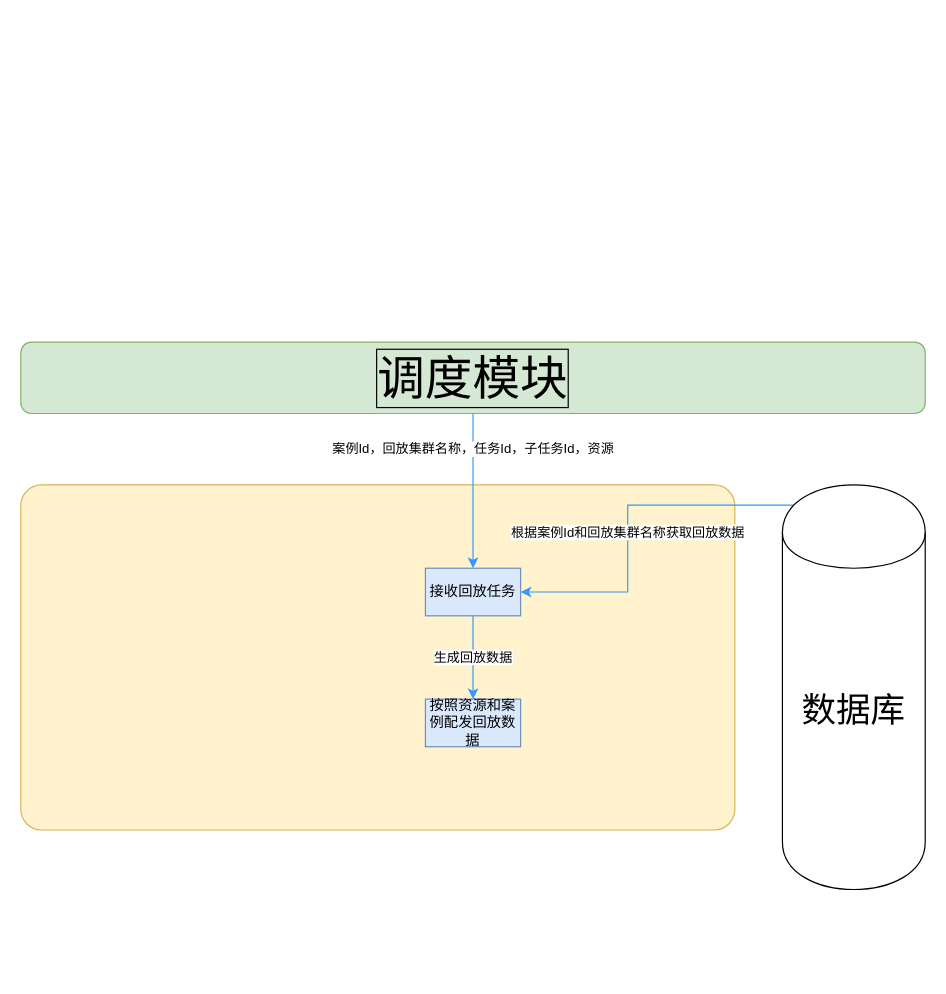
emothion/diagrams keeps this draw.io diagram as 执行模块.drawio. Above is the earlier version. Source tidied: cells renumbered, new cells numbered last; positions are measured from the earlier drawing's top-left corner, leaving out a move shared by most shapes. Both pictures are drawn from the tidied source at 119%, with x=0, y=0 at pixel (20, 342).
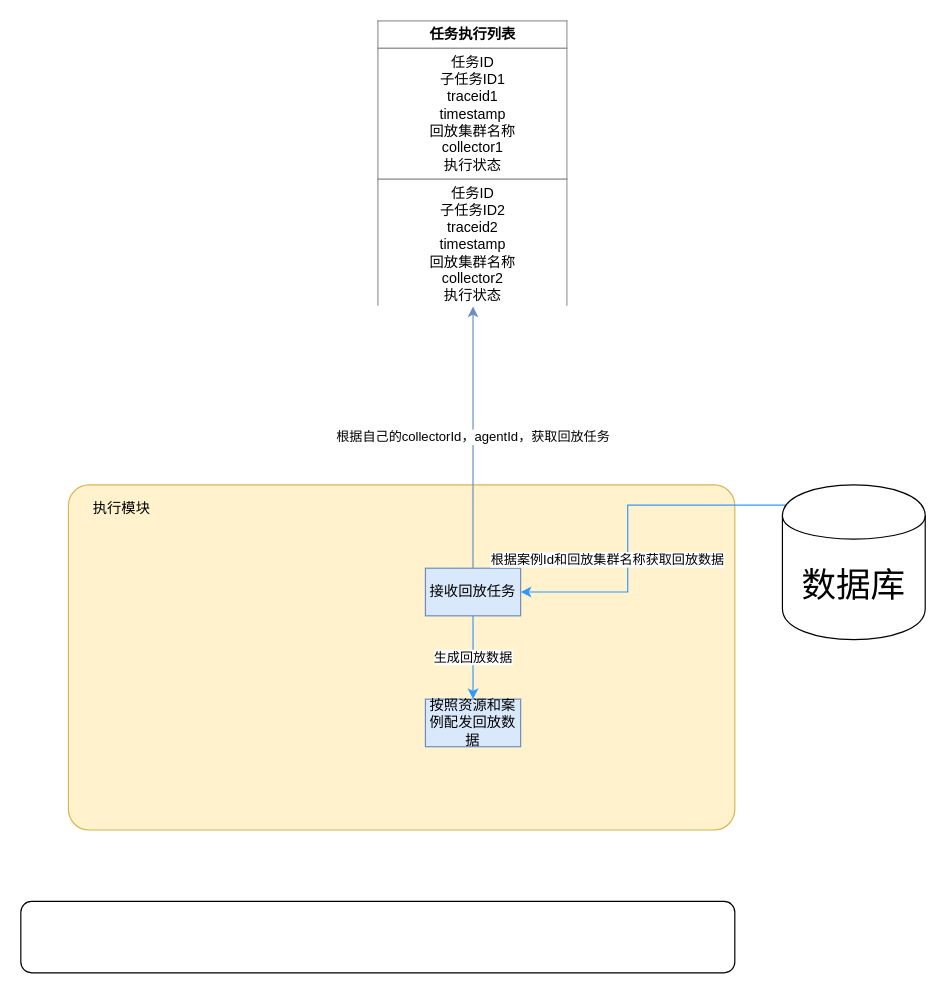
After the change.

Commit message (it also covers changes not shown here):
更新执行模块.drawio

What changed in the source:
```diff
@@
 <mxGraphModel>
   <root>
     <mxCell id="0" />
     <mxCell id="1" parent="0" />
-    <mxCell id="2" value="调度模块" style="rounded=1;whiteSpace=wrap;html=1;fillColor=#d5e8d4;strokeColor=#82b366;fontColor=#000000;fontSize=40;labelBorderColor=#000000;" parent="1" vertex="1">
-      <mxGeometry width="760" height="60" as="geometry" />
-    </mxCell>
     <mxCell id="3" style="rounded=1;whiteSpace=wrap;html=1;fillColor=#fff2cc;strokeColor=#d6b656;arcSize=6;" parent="1" vertex="1">
-      <mxGeometry y="120" width="600" height="290" as="geometry" />
+      <mxGeometry x="40" y="120" width="560" height="290" as="geometry" />
     </mxCell>
     <mxCell id="4" value="生成回放数据" style="edgeStyle=orthogonalEdgeStyle;rounded=0;jettySize=auto;html=1;exitX=0.5;exitY=1;exitDx=0;exitDy=0;entryX=0.5;entryY=0;entryDx=0;entryDy=0;strokeColor=#3399FF;fontSize=11;fontColor=#000000;" parent="1" edge="1" source="5" target="6">
       <mxGeometry relative="1" as="geometry">
         <Array as="points">
           <mxPoint x="380" y="270" />
           <mxPoint x="380" y="270" />
         </Array>
       </mxGeometry>
     </mxCell>
+    <mxCell id="10" value="根据自己的collectorId，agentId，获取回放任务" style="edgeStyle=orthogonalEdgeStyle;rounded=0;jettySize=auto;html=1;exitX=0.5;exitY=0;exitDx=0;exitDy=0;entryX=0.5;entryY=1;entryDx=0;entryDy=0;fillColor=#dae8fc;strokeColor=#6c8ebf;" parent="1" edge="1" source="5" target="11">
+      <mxGeometry relative="1" as="geometry" />
+    </mxCell>
     <mxCell id="5" value="接收回放任务" style="rounded=0;whiteSpace=wrap;html=1;fillColor=#dae8fc;strokeColor=#6c8ebf;" parent="1" vertex="1">
       <mxGeometry x="340" y="190" width="80" height="40" as="geometry" />
     </mxCell>
     <mxCell id="6" value="按照资源和案例配发回放数据" style="rounded=0;whiteSpace=wrap;html=1;fillColor=#dae8fc;strokeColor=#6c8ebf;" parent="1" vertex="1">
       <mxGeometry x="340" y="300" width="80" height="40" as="geometry" />
     </mxCell>
-    <mxCell id="7" value="案例Id，回放集群名称，任务Id，子任务Id，资源" style="edgeStyle=orthogonalEdgeStyle;rounded=0;jettySize=auto;html=1;exitX=0.5;exitY=1;exitDx=0;exitDy=0;entryX=0.5;entryY=0;entryDx=0;entryDy=0;strokeColor=#3399FF;" parent="1" edge="1" source="2" target="5">
-      <mxGeometry x="-0.54" relative="1" as="geometry" />
-    </mxCell>
     <mxCell id="8" value="根据案例Id和回放集群名称获取回放数据" style="edgeStyle=orthogonalEdgeStyle;rounded=0;jettySize=auto;html=1;exitX=0.15;exitY=0.05;exitDx=0;exitDy=0;exitPerimeter=0;entryX=1;entryY=0.5;entryDx=0;entryDy=0;strokeColor=#3399FF;fontSize=11;fontColor=#000000;" parent="1" edge="1" source="9" target="5">
       <mxGeometry x="-0.05" y="23" relative="1" as="geometry">
         <Array as="points">
           <mxPoint x="510" y="137" />
           <mxPoint x="510" y="210" />
         </Array>
         <mxPoint x="-23" y="23" as="offset" />
       </mxGeometry>
     </mxCell>
     <mxCell id="9" value="数据库" style="shape=cylinder;whiteSpace=wrap;html=1;boundedLbl=1;backgroundOutline=1;fontSize=29;fontColor=#000000;" parent="1" vertex="1">
-      <mxGeometry x="640" y="120" width="120" height="340" as="geometry" />
+      <mxGeometry x="640" y="120" width="120" height="130" as="geometry" />
     </mxCell>
+    <mxCell id="11" value="&lt;table border=&quot;1&quot; width=&quot;100%&quot; cellpadding=&quot;4&quot; style=&quot;width: 100% ; height: 100% ; border-collapse: collapse&quot;&gt;&lt;tbody&gt;&lt;tr&gt;&lt;th align=&quot;center&quot;&gt;任务执行列表&lt;/th&gt;&lt;/tr&gt;&lt;tr&gt;&lt;td align=&quot;center&quot;&gt;任务ID&lt;br&gt;子任务ID1&lt;br&gt;traceid1&lt;br&gt;timestamp&lt;br&gt;回放集群名称&lt;br&gt;collector1&lt;br&gt;执行状态&lt;/td&gt;&lt;/tr&gt;&lt;tr&gt;&lt;td align=&quot;center&quot;&gt;任务ID&lt;br&gt;子任务ID2&lt;br&gt;traceid2&lt;br&gt;timestamp&lt;br&gt;回放集群名称&lt;br&gt;collector2&lt;br&gt;执行状态&lt;br&gt;&lt;/td&gt;&lt;/tr&gt;&lt;/tbody&gt;&lt;/table&gt;" style="text;html=1;strokeColor=none;fillColor=none;overflow=fill;" parent="1" vertex="1">
+      <mxGeometry x="300" y="-270" width="160" height="240" as="geometry" />
+    </mxCell>
+    <mxCell id="12" style="rounded=1;whiteSpace=wrap;html=1;" parent="1" vertex="1">
+      <mxGeometry y="470" width="600" height="60" as="geometry" />
+    </mxCell>
+    <mxCell id="13" value="执行模块" style="text;html=1;strokeColor=none;fillColor=none;align=center;verticalAlign=middle;whiteSpace=wrap;rounded=0;" parent="1" vertex="1">
+      <mxGeometry x="50" y="130" width="70" height="20" as="geometry" />
+    </mxCell>
   </root>
 </mxGraphModel>
```
